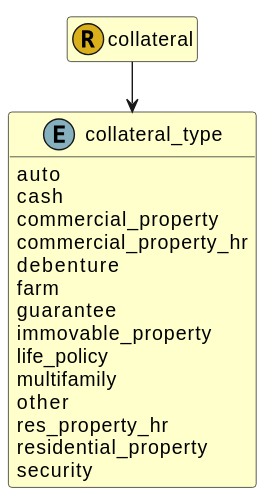
This is images/fire.model.collateral_type.svg from Schemarise/demo-alfa-with-fire-json-model, a PlantUML export, as it was before one commit. The source it was exported from:
```plantuml
@startuml
!pragma layout smetana

skinparam ClassBackgroundColor #BUSINESS
hide empty methods
hide empty fields
skinparam backgroundColor transparent
set namespaceSeparator none




class collateral_type << (E,86B0BE) >> {

  auto
  cash
  commercial_property
  commercial_property_hr
  debenture
  farm
  guarantee
  immovable_property
  life_policy
  multifamily
  other
  res_property_hr
  residential_property
  security



}

class collateral << (R,D9B01C) >> {





}

collateral --> collateral_type

@enduml
```
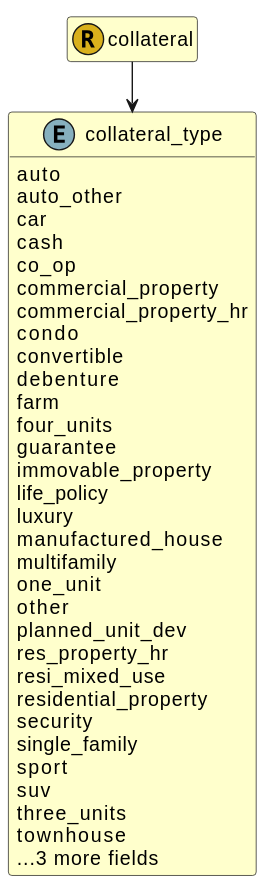
After the commit.

Diff of the diagram source:
```diff
@@ -13,19 +13,37 @@
 class collateral_type << (E,86B0BE) >> {
 
   auto
+  auto_other
+  car
   cash
+  co_op
   commercial_property
   commercial_property_hr
+  condo
+  convertible
   debenture
   farm
+  four_units
   guarantee
   immovable_property
   life_policy
+  luxury
+  manufactured_house
   multifamily
+  one_unit
   other
+  planned_unit_dev
   res_property_hr
+  resi_mixed_use
   residential_property
   security
+  single_family
+  sport
+  suv
+  three_units
+  townhouse
+  ...3 more fields
+
 
 
 
```
